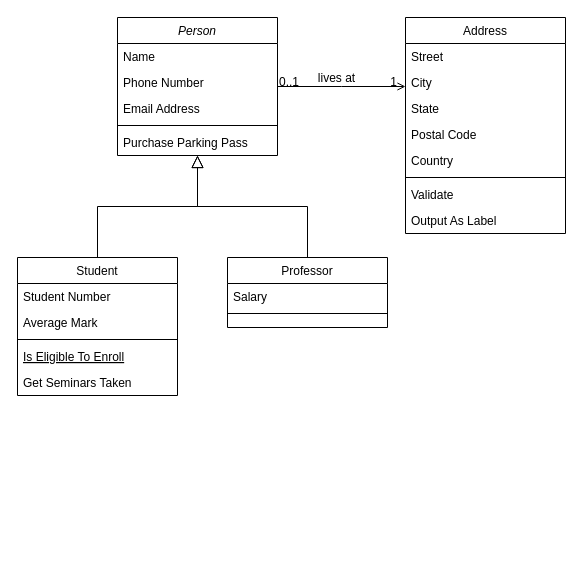
The draw.io diagram Untitled Diagram.drawio in Robert-0410/360GroupProject, before the edit. Source tidied: cells renumbered, new cells numbered last; positions are measured from the earlier drawing's top-left corner, leaving out a move shared by most shapes. Both pictures are drawn from the tidied source at 100%, with x=0, y=0 at pixel (17, 17).
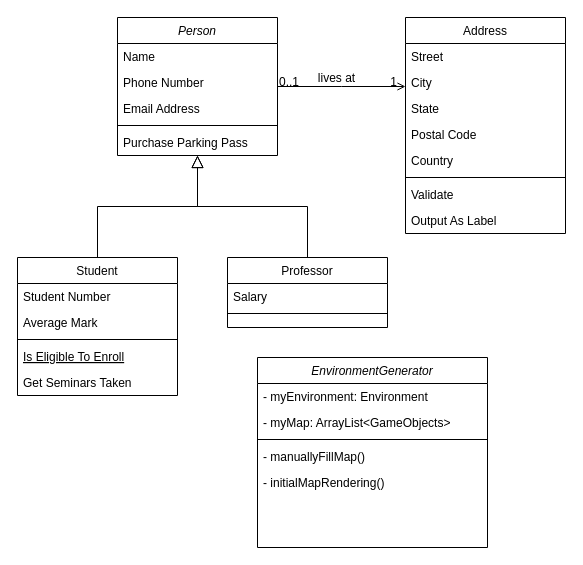
The same diagram, later.

Commit message:
UML to get mapGenerator going

The edit, as a diff of the source:
```diff
@@
+    <mxCell id="32" value="EnvironmentGenerator" style="swimlane;fontStyle=2;align=center;verticalAlign=top;horizontal=1;startSize=26;rounded=0;shadow=0;strokeWidth=1;" parent="1" vertex="1">
+      <mxGeometry x="240" y="340" width="230" height="190" as="geometry" />
+    </mxCell>
+    <mxCell id="33" value="- myEnvironment: Environment&#10;&#10;" style="text;align=left;verticalAlign=top;spacingLeft=4;spacingRight=4;overflow=hidden;" parent="32" vertex="1">
+      <mxGeometry y="26" width="230" height="26" as="geometry" />
+    </mxCell>
+    <mxCell id="34" value="- myMap: ArrayList&lt;GameObjects&gt;" style="text;align=left;verticalAlign=top;spacingLeft=4;spacingRight=4;overflow=hidden;rounded=0;shadow=0;html=0;" parent="32" vertex="1">
+      <mxGeometry y="52" width="230" height="26" as="geometry" />
+    </mxCell>
+    <mxCell id="35" style="line;html=1;strokeWidth=1;align=left;verticalAlign=middle;spacingTop=-1;spacingLeft=3;spacingRight=3;labelPosition=right;" parent="32" vertex="1">
+      <mxGeometry y="78" width="230" height="8" as="geometry" />
+    </mxCell>
+    <mxCell id="36" value="- manuallyFillMap()" style="text;align=left;verticalAlign=top;spacingLeft=4;spacingRight=4;overflow=hidden;" parent="32" vertex="1">
+      <mxGeometry y="86" width="230" height="26" as="geometry" />
+    </mxCell>
+    <mxCell id="37" value="- initialMapRendering()" style="text;align=left;verticalAlign=top;spacingLeft=4;spacingRight=4;overflow=hidden;" parent="32" vertex="1">
+      <mxGeometry y="112" width="230" height="26" as="geometry" />
+    </mxCell>
```
